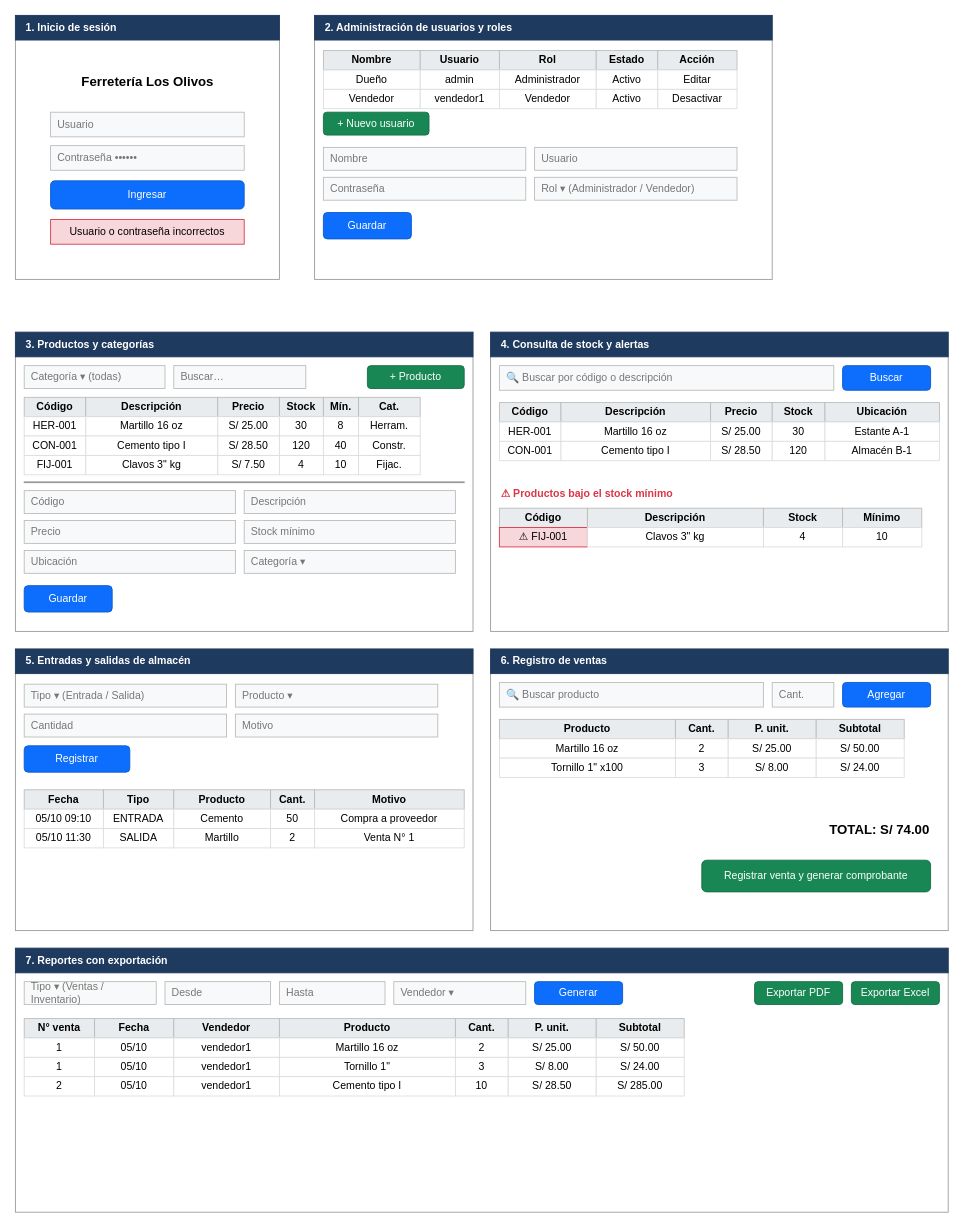
u00041062-cyber/ferreteria-inventario-ventas keeps this draw.io diagram as 02_Diseno_Tecnico/04_Prototipos_Pantallas.drawio. Above is the earlier version. Source tidied: cells renumbered, new cells numbered last; positions are measured from the earlier drawing's top-left corner, leaving out a move shared by most shapes. Both pictures are drawn from the tidied source at 88%, with x=0, y=0 at pixel (15, 15).
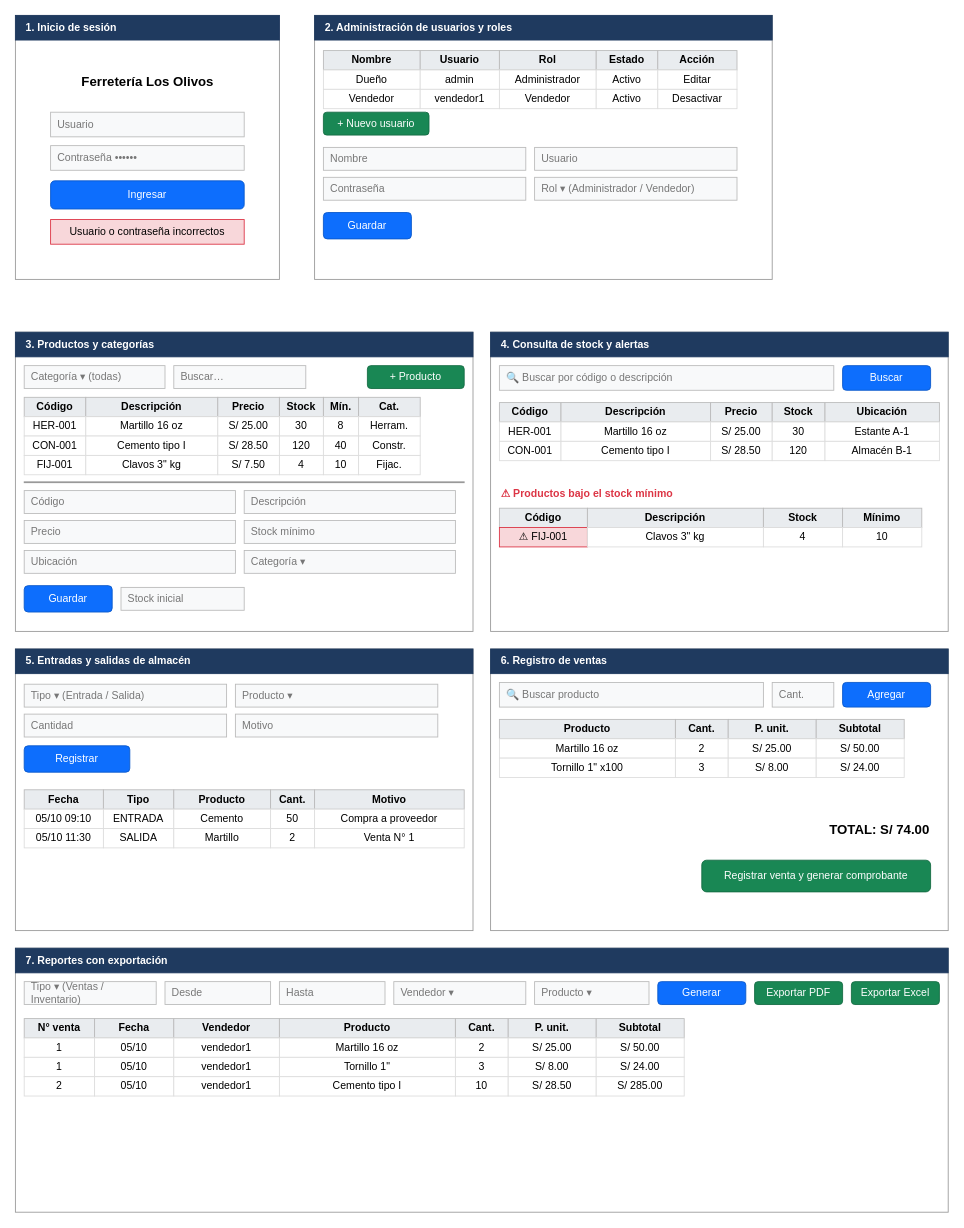
After the change.

Diff of the diagram source:
```diff
@@
     <mxCell id="144" value="Generar" style="rounded=1;whiteSpace=wrap;html=1;fillColor=#0d6efd;fontColor=#ffffff;strokeColor=#0a58ca;" parent="1" vertex="1">
-      <mxGeometry x="590" y="1098" width="100" height="26" as="geometry" />
+      <mxGeometry x="730" y="1098" width="100" height="26" as="geometry" />
     </mxCell>
@@
+    <mxCell id="175" value="Producto ▾" style="rounded=0;whiteSpace=wrap;html=1;fillColor=#f8f9fa;strokeColor=#bbbbbb;align=left;spacingLeft=6;fontColor=#777777;" parent="1" vertex="1">
+      <mxGeometry x="590" y="1098" width="130" height="26" as="geometry" />
+    </mxCell>
+    <mxCell id="176" value="Stock inicial" style="rounded=0;whiteSpace=wrap;html=1;fillColor=#f8f9fa;strokeColor=#bbbbbb;align=left;spacingLeft=6;fontColor=#777777;" parent="1" vertex="1">
+      <mxGeometry x="120" y="650" width="140" height="26" as="geometry" />
+    </mxCell>
```
